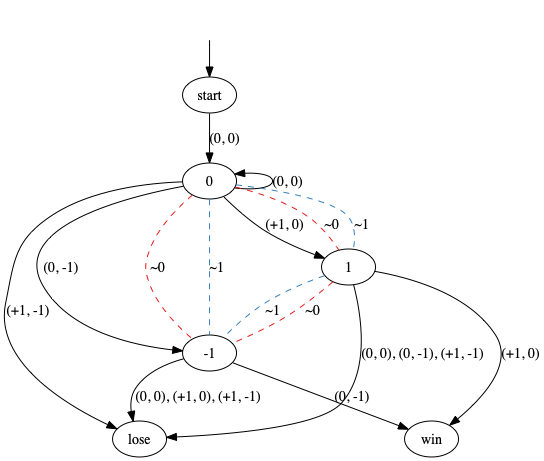
olandr/mkbsc keeps this Graphviz diagram as pictures/G.png. Above is the earlier version. Its source is kept beside it as pictures/G.dot.
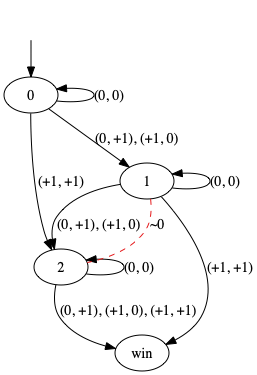
The same file after the commit.

The edit, as a diff of the source:
```diff
@@ -3,27 +3,19 @@
 nodesep=0.5;
 ranksep=0.5;
 splines=True;
-4492280944 [label=start];
-4492570240 [label=0];
-4492570296 [label=1];
-4647954304 [label=win];
-4492599704 [label="-1"];
-4647953856 [label=lose];
+4318616488 [label=2];
+4318616544 [label=win];
+4318327136 [label=0];
+4318327920 [label=1];
 hidden [label="", shape=none];
-4492280944 -> 4492570240  [action="('0', '0')", key="('0', '0')", label="(0, 0)"];
-4492570240 -> 4492570240  [action="('0', '0')", dir=back, key="('0', '0')", label="(0, 0)"];
-4492570240 -> 4492599704  [action="('0', '-1')", key="('0', '-1')", label="(0, -1)"];
-4492570240 -> 4492599704  [arrowhead=none, color=1, colorscheme=set19, constraint=True, key=1, label="~0", style=dashed];
-4492570240 -> 4492599704  [arrowhead=none, color=2, colorscheme=set19, constraint=True, key=2, label="~1", style=dashed];
-4492570240 -> 4492570296  [action="('+1', '0')", key="('+1', '0')", label="(+1, 0)"];
-4492570240 -> 4492570296  [arrowhead=none, color=1, colorscheme=set19, constraint=True, key=1, label="~0", style=dashed];
-4492570240 -> 4492570296  [arrowhead=none, color=2, colorscheme=set19, constraint=True, key=2, label="~1", style=dashed];
-4492570240 -> 4647953856  [action="('+1', '-1')", key="('+1', '-1')", label="(+1, -1)"];
-4492570296 -> 4647954304  [action="('+1', '0')", key="('+1', '0')", label="(+1, 0)"];
-4492570296 -> 4647953856  [action="(('0', '0'), ('0', '-1'), ('+1', '-1'))", key="(('0', '0'), ('0', '-1'), ('+1', '-1'))", label="(0, 0), (0, -1), (+1, -1)"];
-4492570296 -> 4492599704  [arrowhead=none, color=1, colorscheme=set19, constraint=True, key=0, label="~0", style=dashed];
-4492570296 -> 4492599704  [arrowhead=none, color=2, colorscheme=set19, constraint=True, key=1, label="~1", style=dashed];
-4492599704 -> 4647954304  [action="('0', '-1')", key="('0', '-1')", label="(0, -1)"];
-4492599704 -> 4647953856  [action="(('0', '0'), ('+1', '0'), ('+1', '-1'))", key="(('0', '0'), ('+1', '0'), ('+1', '-1'))", label="(0, 0), (+1, 0), (+1, -1)"];
-hidden -> 4492280944  [key=0];
+4318616488 -> 4318616488  [action="('0', '0')", dir=back, key="('0', '0')", label="(0, 0)"];
+4318616488 -> 4318616544  [action="(('0', '+1'), ('+1', '0'), ('+1', '+1'))", key="(('0', '+1'), ('+1', '0'), ('+1', '+1'))", label="(0, +1), (+1, 0), (+1, +1)"];
+4318327136 -> 4318327136  [action="('0', '0')", dir=back, key="('0', '0')", label="(0, 0)"];
+4318327136 -> 4318616488  [action="('+1', '+1')", key="('+1', '+1')", label="(+1, +1)"];
+4318327136 -> 4318327920  [action="(('0', '+1'), ('+1', '0'))", key="(('0', '+1'), ('+1', '0'))", label="(0, +1), (+1, 0)"];
+4318327920 -> 4318327920  [action="('0', '0')", dir=back, key="('0', '0')", label="(0, 0)"];
+4318327920 -> 4318616544  [action="('+1', '+1')", key="('+1', '+1')", label="(+1, +1)"];
+4318327920 -> 4318616488  [action="(('0', '+1'), ('+1', '0'))", key="(('0', '+1'), ('+1', '0'))", label="(0, +1), (+1, 0)"];
+4318327920 -> 4318616488  [arrowhead=none, color=1, colorscheme=set19, constraint=True, key=1, label="~0", style=dashed];
+hidden -> 4318327136  [key=0];
 }
```
